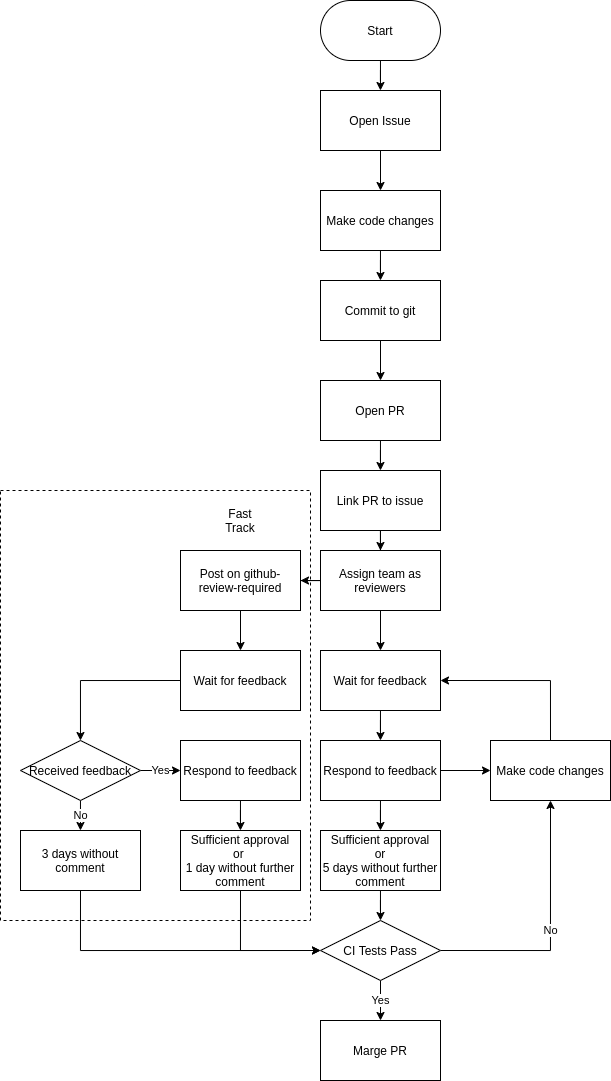
Earlier version of the draw.io export documentation/smg/images/10_developmentworkflow.png (pace-neutrons/Horace). Source tidied: cells renumbered, new cells last; positions are measured from the earlier drawing's top-left corner, leaving out a move shared by most shapes.
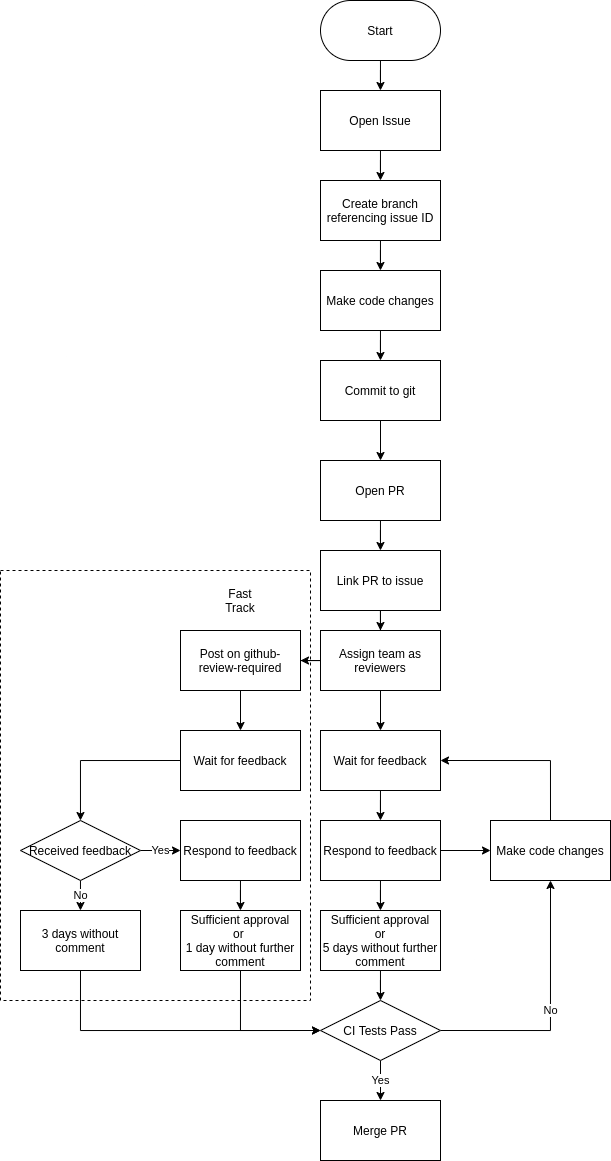
The same diagram one commit later.

The edit, as a diff of the source:
```diff
@@ -9,7 +9,7 @@
       <mxGeometry relative="1" as="geometry" />
     </mxCell>
     <mxCell id="4" value="Start" style="rounded=1;whiteSpace=wrap;html=1;arcSize=50;" parent="1" vertex="1">
-      <mxGeometry x="320" width="120" height="60" as="geometry" />
+      <mxGeometry x="320" y="-80" width="120" height="60" as="geometry" />
     </mxCell>
     <mxCell id="5" style="edgeStyle=orthogonalEdgeStyle;rounded=0;jettySize=auto;html=1;" parent="1" edge="1" source="6" target="8">
       <mxGeometry relative="1" as="geometry" />
@@ -29,11 +29,11 @@
     <mxCell id="10" value="Open PR" style="shape=rectangle;perimeter=rectanglePerimeter;whiteSpace=wrap;html=1;fixedSize=1;rounded=0;" parent="1" vertex="1">
       <mxGeometry x="320" y="380" width="120" height="60" as="geometry" />
     </mxCell>
-    <mxCell id="11" style="edgeStyle=orthogonalEdgeStyle;rounded=0;jettySize=auto;html=1;" parent="1" edge="1" source="12" target="6">
-      <mxGeometry relative="1" as="geometry" />
-    </mxCell>
+    <mxCell id="45" style="edgeStyle=orthogonalEdgeStyle;rounded=0;jettySize=auto;html=1;" parent="1" edge="1" source="12" target="47">
+      <mxGeometry relative="1" as="geometry" />
+    </mxCell>
     <mxCell id="12" value="Open Issue" style="shape=rectangle;perimeter=rectanglePerimeter;whiteSpace=wrap;html=1;fixedSize=1;rounded=0;" parent="1" vertex="1">
-      <mxGeometry x="320" y="90" width="120" height="60" as="geometry" />
+      <mxGeometry x="320" y="10" width="120" height="60" as="geometry" />
     </mxCell>
     <mxCell id="13" style="edgeStyle=orthogonalEdgeStyle;rounded=0;jettySize=auto;html=1;" parent="1" edge="1" source="14" target="17">
       <mxGeometry relative="1" as="geometry" />
@@ -73,7 +73,7 @@
     <mxCell id="24" value="Sufficient approval&lt;br&gt;or&lt;br&gt;5 days without further comment" style="shape=rectangle;perimeter=rectanglePerimeter;whiteSpace=wrap;html=1;fixedSize=1;rounded=0;" parent="1" vertex="1">
       <mxGeometry x="320" y="830" width="120" height="60" as="geometry" />
     </mxCell>
-    <mxCell id="25" value="Marge PR" style="shape=rectangle;perimeter=rectanglePerimeter;whiteSpace=wrap;html=1;fixedSize=1;rounded=0;" parent="1" vertex="1">
+    <mxCell id="25" value="Merge PR" style="shape=rectangle;perimeter=rectanglePerimeter;whiteSpace=wrap;html=1;fixedSize=1;rounded=0;" parent="1" vertex="1">
       <mxGeometry x="320" y="1020" width="120" height="60" as="geometry" />
     </mxCell>
     <mxCell id="26" style="edgeStyle=orthogonalEdgeStyle;rounded=0;jettySize=auto;html=1;" parent="1" edge="1" source="27" target="34">
@@ -145,5 +145,11 @@
     <mxCell id="44" value="CI Tests Pass" style="rhombus;whiteSpace=wrap;html=1;" parent="1" vertex="1">
       <mxGeometry x="320" y="920" width="120" height="60" as="geometry" />
     </mxCell>
+    <mxCell id="46" style="edgeStyle=orthogonalEdgeStyle;rounded=0;jettySize=auto;html=1;" parent="1" edge="1" source="47" target="6">
+      <mxGeometry relative="1" as="geometry" />
+    </mxCell>
+    <mxCell id="47" value="Create branch referencing issue ID" style="rounded=0;whiteSpace=wrap;html=1;" parent="1" vertex="1">
+      <mxGeometry x="320" y="100" width="120" height="60" as="geometry" />
+    </mxCell>
   </root>
 </mxGraphModel>
```
